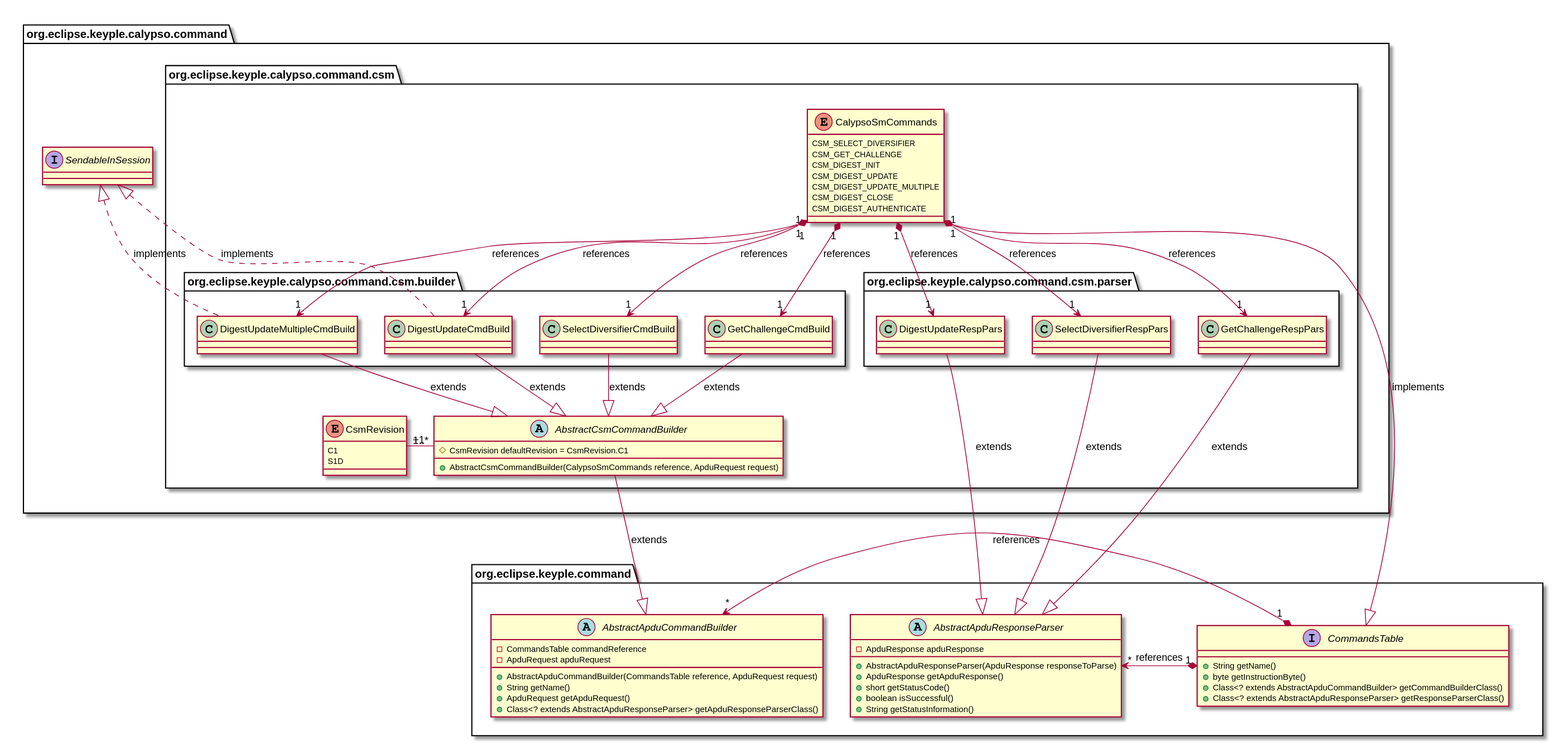
Before: keyple-extension-calypso-spec/img/uml-classDiagram-CalypsoCommand-CsmCommands.svg, a diagram exported from PlantUML (yvonneyam/keyple-doc-yy).
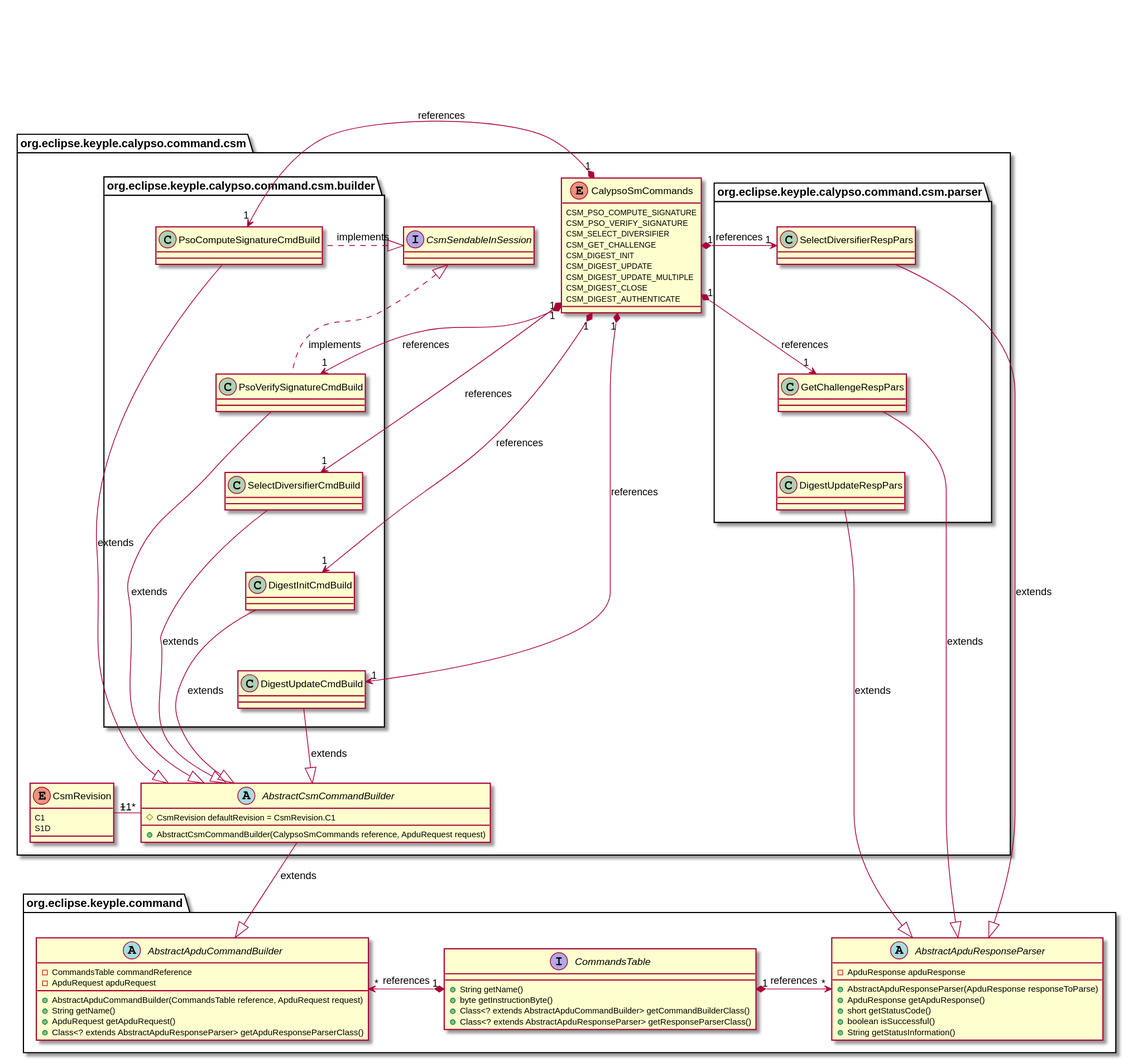
The same file after the commit.

Commit message:
Fix PO & CSM command tables

What changed in the source:
```diff
@@ -30,9 +30,57 @@
 CommandsTable "1" *-left-> "*" AbstractApduCommandBuilder : references
 CommandsTable "1" *-right-> "*" AbstractApduResponseParser : references
 }
-package org.eclipse.keyple.calypso.command #FFFFFF {
+package org.eclipse.keyple.calypso.command.csm #FFFFFF {
 
-package org.eclipse.keyple.calypso.command.csm #FFFFFF {
+interface CsmSendableInSession
+
+package org.eclipse.keyple.calypso.command.csm.builder #FFFFFF {
+
+class PsoComputeSignatureCmdBuild
+class PsoVerifySignatureCmdBuild
+class SelectDiversifierCmdBuild
+class DigestInitCmdBuild
+class DigestUpdateCmdBuild
+
+PsoComputeSignatureCmdBuild -down[hidden]- PsoVerifySignatureCmdBuild
+PsoVerifySignatureCmdBuild -down[hidden]- SelectDiversifierCmdBuild
+SelectDiversifierCmdBuild -down[hidden]- DigestInitCmdBuild
+DigestInitCmdBuild -down[hidden]- DigestUpdateCmdBuild
+
+PsoComputeSignatureCmdBuild .left.|> CsmSendableInSession : implements
+PsoVerifySignatureCmdBuild .left.|> CsmSendableInSession : implements
+}
+
+enum CalypsoSmCommands {
+  CSM_PSO_COMPUTE_SIGNATURE
+  CSM_PSO_VERIFY_SIGNATURE
+  CSM_SELECT_DIVERSIFIER
+  CSM_GET_CHALLENGE
+  CSM_DIGEST_INIT
+  CSM_DIGEST_UPDATE
+  CSM_DIGEST_UPDATE_MULTIPLE
+  CSM_DIGEST_CLOSE
+  CSM_DIGEST_AUTHENTICATE
+}
+
+package org.eclipse.keyple.calypso.command.csm.parser #FFFFFF {
+class SelectDiversifierRespPars
+class GetChallengeRespPars
+class DigestUpdateRespPars
+
+SelectDiversifierRespPars -down[hidden]- GetChallengeRespPars
+GetChallengeRespPars -down[hidden]- DigestUpdateRespPars
+}
+
+CalypsoSmCommands "1" *-left-> "1" PsoComputeSignatureCmdBuild : references
+CalypsoSmCommands "1" *--> "1" PsoVerifySignatureCmdBuild : references
+CalypsoSmCommands "1" *--> "1" SelectDiversifierCmdBuild : references
+CalypsoSmCommands "1" *--> "1" DigestInitCmdBuild : references
+CalypsoSmCommands "1" *--> "1" DigestUpdateCmdBuild : references
+
+CalypsoSmCommands "1" *-right-> "1" SelectDiversifierRespPars : references
+CalypsoSmCommands "1" *--> "1" GetChallengeRespPars : references
+
 
 abstract AbstractCsmCommandBuilder {
   #CsmRevision defaultRevision = CsmRevision.C1
@@ -46,56 +94,18 @@
 
 CsmRevision "+1" -right- "1..*" AbstractCsmCommandBuilder
 
-enum CalypsoSmCommands {
-  CSM_SELECT_DIVERSIFIER
-  CSM_GET_CHALLENGE
-  CSM_DIGEST_INIT
-  CSM_DIGEST_UPDATE
-  CSM_DIGEST_UPDATE_MULTIPLE
-  CSM_DIGEST_CLOSE
-  CSM_DIGEST_AUTHENTICATE
+PsoComputeSignatureCmdBuild --|> AbstractCsmCommandBuilder : extends
+PsoVerifySignatureCmdBuild --|> AbstractCsmCommandBuilder : extends
+SelectDiversifierCmdBuild --|> AbstractCsmCommandBuilder : extends
+DigestInitCmdBuild --|> AbstractCsmCommandBuilder : extends
+DigestUpdateCmdBuild --|> AbstractCsmCommandBuilder : extends
+
+org.eclipse.keyple.calypso.command.csm.builder -down[hidden]- AbstractCsmCommandBuilder
 }
 
-package org.eclipse.keyple.calypso.command.csm.builder #FFFFFF {
-class SelectDiversifierCmdBuild
-class GetChallengeCmdBuild
-class DigestUpdateCmdBuild
-class DigestUpdateMultipleCmdBuild
-}
-
-package org.eclipse.keyple.calypso.command.csm.parser #FFFFFF {
-class SelectDiversifierRespPars
-class GetChallengeRespPars
-class DigestUpdateRespPars
-}
-
-SelectDiversifierCmdBuild --|> AbstractCsmCommandBuilder : extends
-GetChallengeCmdBuild --|> AbstractCsmCommandBuilder : extends
-DigestUpdateCmdBuild --|> AbstractCsmCommandBuilder : extends
-DigestUpdateMultipleCmdBuild --|> AbstractCsmCommandBuilder : extends
-
-CalypsoSmCommands "1" *--> "1" SelectDiversifierCmdBuild : references
-CalypsoSmCommands "1" *--> "1" GetChallengeCmdBuild : references
-CalypsoSmCommands "1" *--> "1" DigestUpdateCmdBuild : references
-CalypsoSmCommands "1" *--> "1" DigestUpdateMultipleCmdBuild : references
-
-CalypsoSmCommands "1" *--> "1" SelectDiversifierRespPars : references
-CalypsoSmCommands "1" *--> "1" GetChallengeRespPars : references
-CalypsoSmCommands "1" *--> "1" DigestUpdateRespPars : references
-}
-
-interface SendableInSession
-
-DigestUpdateCmdBuild .up.|> SendableInSession : implements
-DigestUpdateMultipleCmdBuild .up.|> SendableInSession : implements
-}
-
-CalypsoSmCommands --|> CommandsTable : implements
 AbstractCsmCommandBuilder -down-|> AbstractApduCommandBuilder : extends
 
 SelectDiversifierRespPars--|> AbstractApduResponseParser : extends
 GetChallengeRespPars --|> AbstractApduResponseParser : extends
-DigestUpdateRespPars --|> AbstractApduResponseParser : extends
-
-org.eclipse.keyple.calypso.command -down[hidden]- org.eclipse.keyple.command
+DigestUpdateRespPars -down-|> AbstractApduResponseParser : extends
 @enduml
```
